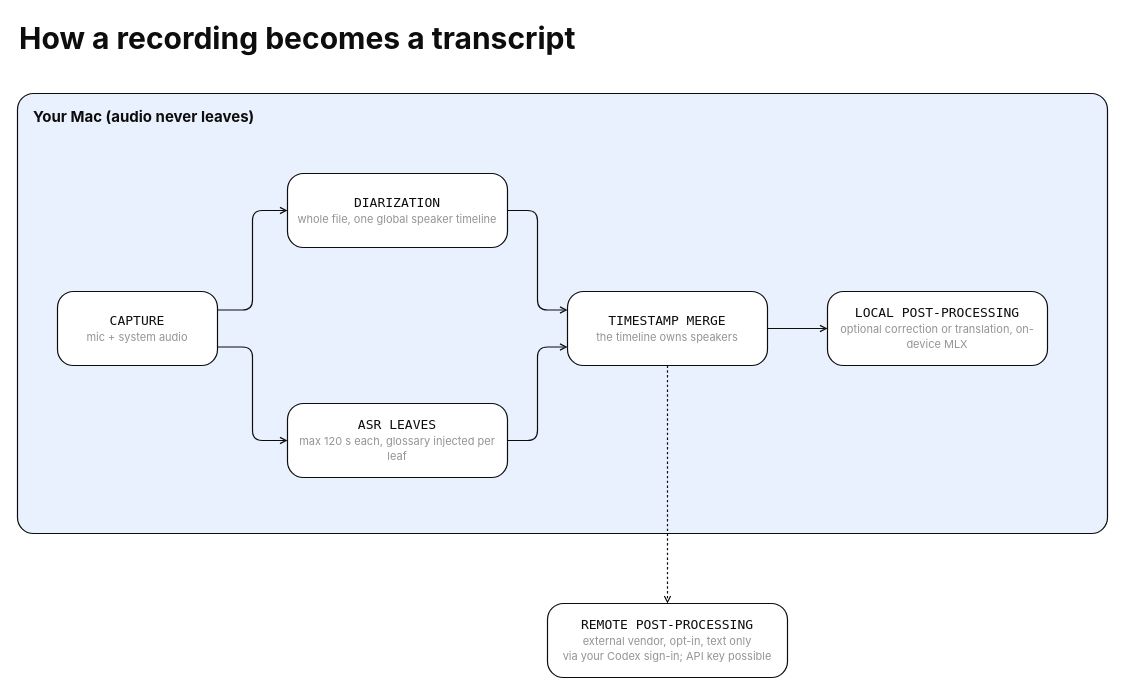
Earlier version of the draw.io diagram docs/assets/pipeline.drawio (fonzieartesian310/maccheroni). Source tidied: cells renumbered, new cells numbered last; positions are measured from the earlier drawing's top-left corner, leaving out a move shared by most shapes. Both pictures are drawn from the tidied source at 100%, with x=0, y=0 at pixel (17, 17).
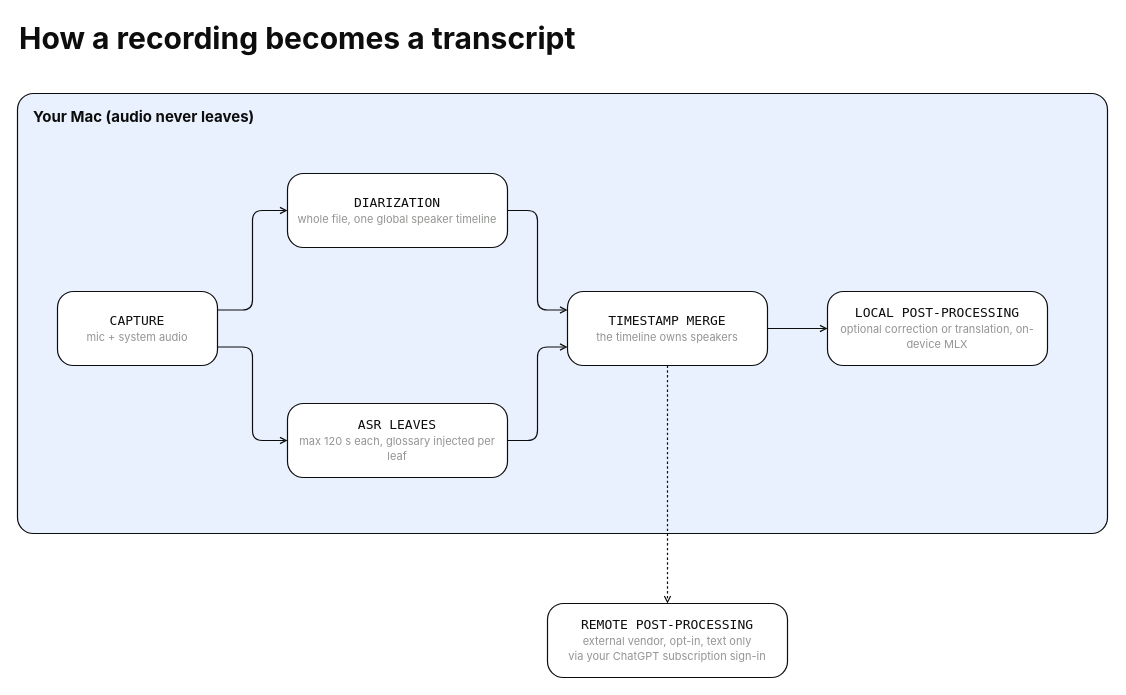
After the change.

Diff of the diagram source:
```diff
@@
 <mxGraphModel>
   <root>
     <mxCell id="0" />
     <mxCell id="1" parent="0" />
     <mxCell id="2" value="How a recording becomes a transcript" style="text;html=1;strokeColor=none;fillColor=none;align=left;verticalAlign=middle;fontFamily=Inter, Helvetica Neue, Helvetica, sans-serif;fontSize=30;fontStyle=1;fontColor=#0D0D0D;" parent="1" vertex="1">
       <mxGeometry width="820" height="40" as="geometry" />
     </mxCell>
     <mxCell id="3" value="Your Mac (audio never leaves)" style="rounded=1;absoluteArcSize=1;arcSize=32;whiteSpace=wrap;html=1;fillColor=#EAF1FE;strokeColor=#0D0D0D;strokeWidth=1.2;fontColor=#0D0D0D;fontFamily=Inter, Helvetica Neue, Helvetica, sans-serif;fontSize=15;fontStyle=1;verticalAlign=top;align=left;spacingLeft=14;spacingTop=8;shadow=0;" parent="1" vertex="1">
       <mxGeometry y="76" width="1090" height="440" as="geometry" />
     </mxCell>
     <mxCell id="4" value="CAPTURE&lt;br&gt;&lt;font face=&quot;Inter, Helvetica Neue, Helvetica, sans-serif&quot; style=&quot;font-size:11px&quot; color=&quot;#929591&quot;&gt;mic + system audio&lt;/font&gt;" style="rounded=1;absoluteArcSize=1;arcSize=32;whiteSpace=wrap;html=1;fillColor=#FFFFFF;strokeColor=#0D0D0D;strokeWidth=1.2;fontColor=#0D0D0D;fontFamily=IBM Plex Mono, Menlo, monospace;fontSize=13;align=center;spacing=8;shadow=0;" parent="1" vertex="1">
       <mxGeometry x="40" y="274" width="160" height="74" as="geometry" />
     </mxCell>
     <mxCell id="5" value="DIARIZATION&lt;br&gt;&lt;font face=&quot;Inter, Helvetica Neue, Helvetica, sans-serif&quot; style=&quot;font-size:11px&quot; color=&quot;#929591&quot;&gt;whole file, one global speaker timeline&lt;/font&gt;" style="rounded=1;absoluteArcSize=1;arcSize=32;whiteSpace=wrap;html=1;fillColor=#FFFFFF;strokeColor=#0D0D0D;strokeWidth=1.2;fontColor=#0D0D0D;fontFamily=IBM Plex Mono, Menlo, monospace;fontSize=13;align=center;spacing=8;shadow=0;" parent="1" vertex="1">
       <mxGeometry x="270" y="156" width="220" height="74" as="geometry" />
     </mxCell>
     <mxCell id="6" value="ASR LEAVES&lt;br&gt;&lt;font face=&quot;Inter, Helvetica Neue, Helvetica, sans-serif&quot; style=&quot;font-size:11px&quot; color=&quot;#929591&quot;&gt;max 120 s each, glossary injected per leaf&lt;/font&gt;" style="rounded=1;absoluteArcSize=1;arcSize=32;whiteSpace=wrap;html=1;fillColor=#FFFFFF;strokeColor=#0D0D0D;strokeWidth=1.2;fontColor=#0D0D0D;fontFamily=IBM Plex Mono, Menlo, monospace;fontSize=13;align=center;spacing=8;shadow=0;" parent="1" vertex="1">
       <mxGeometry x="270" y="386" width="220" height="74" as="geometry" />
     </mxCell>
     <mxCell id="7" value="TIMESTAMP MERGE&lt;br&gt;&lt;font face=&quot;Inter, Helvetica Neue, Helvetica, sans-serif&quot; style=&quot;font-size:11px&quot; color=&quot;#929591&quot;&gt;the timeline owns speakers&lt;/font&gt;" style="rounded=1;absoluteArcSize=1;arcSize=32;whiteSpace=wrap;html=1;fillColor=#FFFFFF;strokeColor=#0D0D0D;strokeWidth=1.2;fontColor=#0D0D0D;fontFamily=IBM Plex Mono, Menlo, monospace;fontSize=13;align=center;spacing=8;shadow=0;" parent="1" vertex="1">
       <mxGeometry x="550" y="274" width="200" height="74" as="geometry" />
     </mxCell>
     <mxCell id="8" value="LOCAL POST-PROCESSING&lt;br&gt;&lt;font face=&quot;Inter, Helvetica Neue, Helvetica, sans-serif&quot; style=&quot;font-size:11px&quot; color=&quot;#929591&quot;&gt;optional correction or translation, on-device MLX&lt;/font&gt;" style="rounded=1;absoluteArcSize=1;arcSize=32;whiteSpace=wrap;html=1;fillColor=#FFFFFF;strokeColor=#0D0D0D;strokeWidth=1.2;fontColor=#0D0D0D;fontFamily=IBM Plex Mono, Menlo, monospace;fontSize=13;align=center;spacing=8;shadow=0;" parent="1" vertex="1">
       <mxGeometry x="810" y="274" width="220" height="74" as="geometry" />
     </mxCell>
-    <mxCell id="9" value="REMOTE POST-PROCESSING&lt;br&gt;&lt;font face=&quot;Inter, Helvetica Neue, Helvetica, sans-serif&quot; style=&quot;font-size:11px&quot; color=&quot;#929591&quot;&gt;external vendor, opt-in, text only&lt;br&gt;via your Codex sign-in; API key possible&lt;/font&gt;" style="rounded=1;absoluteArcSize=1;arcSize=32;whiteSpace=wrap;html=1;fillColor=#FFFFFF;strokeColor=#0D0D0D;strokeWidth=1.2;fontColor=#0D0D0D;fontFamily=IBM Plex Mono, Menlo, monospace;fontSize=13;align=center;spacing=8;shadow=0;" parent="1" vertex="1">
+    <mxCell id="9" value="REMOTE POST-PROCESSING&lt;br&gt;&lt;font face=&quot;Inter, Helvetica Neue, Helvetica, sans-serif&quot; style=&quot;font-size:11px&quot; color=&quot;#929591&quot;&gt;external vendor, opt-in, text only&lt;br&gt;via your ChatGPT subscription sign-in&lt;/font&gt;" style="rounded=1;absoluteArcSize=1;arcSize=32;whiteSpace=wrap;html=1;fillColor=#FFFFFF;strokeColor=#0D0D0D;strokeWidth=1.2;fontColor=#0D0D0D;fontFamily=IBM Plex Mono, Menlo, monospace;fontSize=13;align=center;spacing=8;shadow=0;" parent="1" vertex="1">
       <mxGeometry x="530" y="586" width="240" height="74" as="geometry" />
     </mxCell>
     <mxCell id="10" style="edgeStyle=orthogonalEdgeStyle;rounded=1;html=1;strokeColor=#0D0D0D;strokeWidth=1.2;endArrow=open;endFill=0;endSize=5;startArrow=none;exitX=1;exitY=0.25;entryX=0;entryY=0.5;" parent="1" edge="1" source="4" target="5">
       <mxGeometry relative="1" as="geometry" />
     </mxCell>
     <mxCell id="11" style="edgeStyle=orthogonalEdgeStyle;rounded=1;html=1;strokeColor=#0D0D0D;strokeWidth=1.2;endArrow=open;endFill=0;endSize=5;startArrow=none;exitX=1;exitY=0.75;entryX=0;entryY=0.5;" parent="1" edge="1" source="4" target="6">
       <mxGeometry relative="1" as="geometry" />
     </mxCell>
     <mxCell id="12" style="edgeStyle=orthogonalEdgeStyle;rounded=1;html=1;strokeColor=#0D0D0D;strokeWidth=1.2;endArrow=open;endFill=0;endSize=5;startArrow=none;exitX=1;exitY=0.5;entryX=0;entryY=0.25;" parent="1" edge="1" source="5" target="7">
       <mxGeometry relative="1" as="geometry" />
     </mxCell>
     <mxCell id="13" style="edgeStyle=orthogonalEdgeStyle;rounded=1;html=1;strokeColor=#0D0D0D;strokeWidth=1.2;endArrow=open;endFill=0;endSize=5;startArrow=none;exitX=1;exitY=0.5;entryX=0;entryY=0.75;" parent="1" edge="1" source="6" target="7">
       <mxGeometry relative="1" as="geometry" />
     </mxCell>
     <mxCell id="14" style="edgeStyle=orthogonalEdgeStyle;rounded=1;html=1;strokeColor=#0D0D0D;strokeWidth=1.2;endArrow=open;endFill=0;endSize=5;startArrow=none;exitX=1;exitY=0.5;entryX=0;entryY=0.5;" parent="1" edge="1" source="7" target="8">
       <mxGeometry relative="1" as="geometry" />
     </mxCell>
     <mxCell id="15" style="edgeStyle=orthogonalEdgeStyle;rounded=1;html=1;strokeColor=#0D0D0D;strokeWidth=1.2;endArrow=open;endFill=0;endSize=5;startArrow=none;dashed=1;dashPattern=2 2;exitX=0.5;exitY=1;entryX=0.5;entryY=0;" parent="1" edge="1" source="7" target="9">
       <mxGeometry relative="1" as="geometry" />
     </mxCell>
   </root>
 </mxGraphModel>
```
